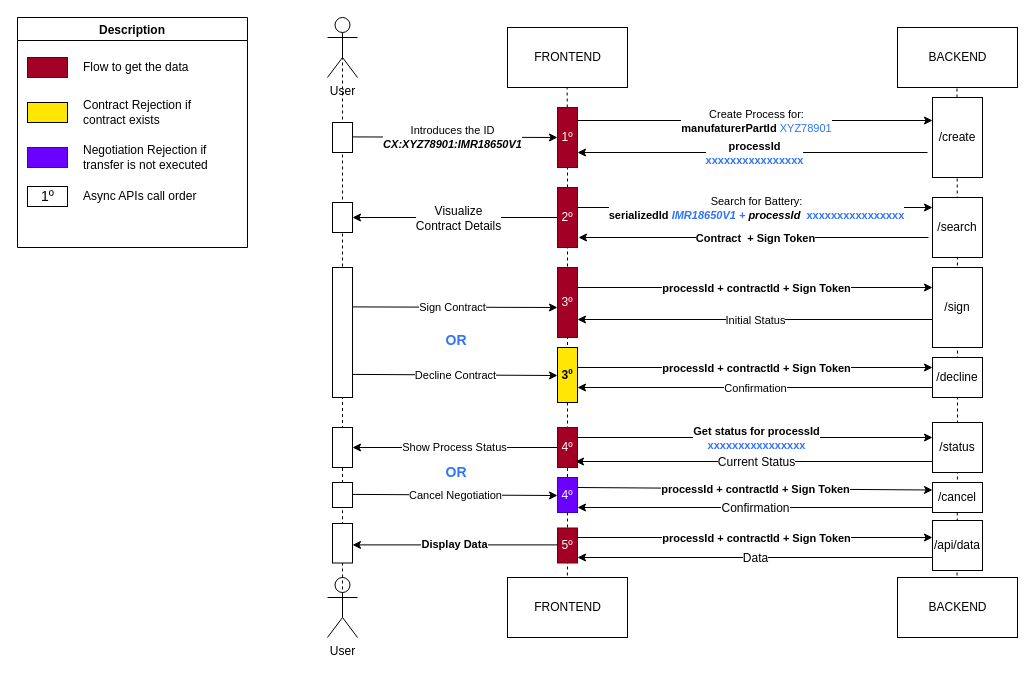
This is docs/arc42/media/diagrams/dataRetrievalResume.drawio.xml from eclipse-tractusx/digital-product-pass, a draw.io file, before an edit. Source tidied: cells renumbered, new cells numbered last; positions are measured from the earlier drawing's top-left corner, leaving out a move shared by most shapes. Both pictures are drawn from the tidied source at 100%, with x=0, y=0 at pixel (17, 17).
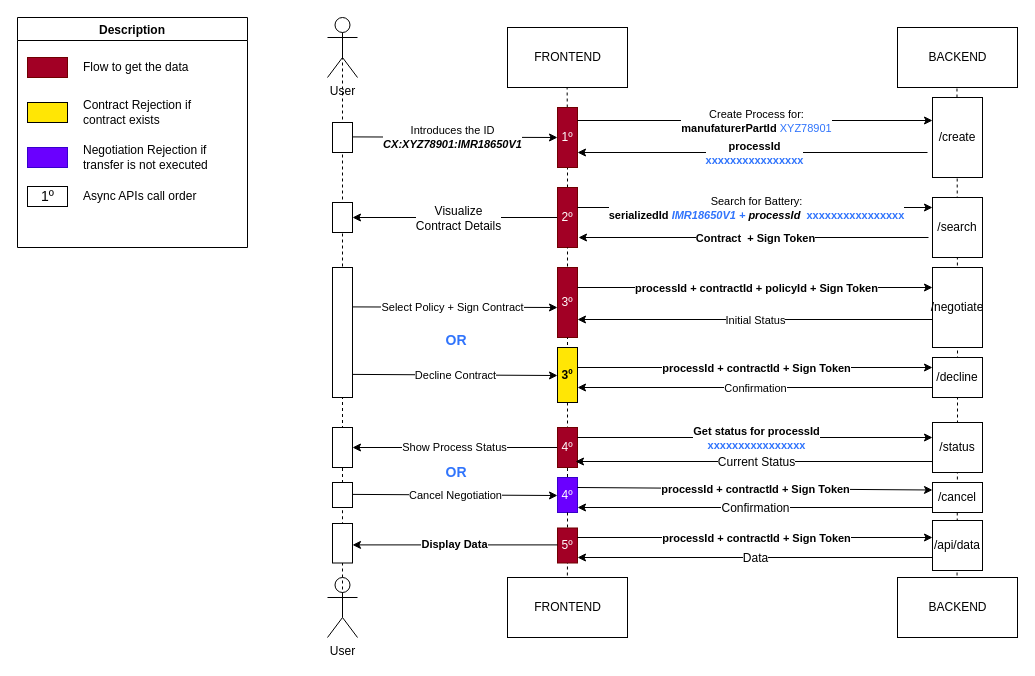
The same diagram, later.

The change refers to these unchanged cells:
```xml
<mxCell id="40" style="endArrow=classic;html=1;rounded=0;exitX=1;exitY=0.5;exitDx=0;exitDy=0;" parent="1" edge="1">
  <mxGeometry relative="1" as="geometry">
    <mxPoint x="560" y="270" as="sourcePoint" />
    <mxPoint x="915" y="270" as="targetPoint" />
  </mxGeometry>
</mxCell>
<mxCell id="54" style="endArrow=classic;html=1;rounded=0;entryX=0;entryY=0.5;entryDx=0;entryDy=0;" parent="1" edge="1">
  <mxGeometry relative="1" as="geometry">
    <mxPoint x="330" y="289.4" as="sourcePoint" />
    <mxPoint x="540" y="290" as="targetPoint" />
  </mxGeometry>
</mxCell>
```

What changed in the source:
```diff
@@
-    <mxCell id="21" value="/sign" style="rounded=0;whiteSpace=wrap;html=1;" parent="1" vertex="1">
+    <mxCell id="21" value="/negotiate" style="rounded=0;whiteSpace=wrap;html=1;" parent="1" vertex="1">
       <mxGeometry x="915" y="250" width="50" height="80" as="geometry" />
     </mxCell>
@@
-    <mxCell id="41" value="&lt;b&gt;processId + contractId + Sign Token&lt;/b&gt;" style="edgeLabel;html=1;align=center;verticalAlign=middle;" parent="40" vertex="1">
+    <mxCell id="41" value="&lt;b&gt;processId + contractId + policyId + Sign Token&lt;/b&gt;" style="edgeLabel;html=1;align=center;verticalAlign=middle;" parent="40" vertex="1">
       <mxGeometry relative="1" as="geometry" />
     </mxCell>
@@
-    <mxCell id="55" value="Sign Contract" style="edgeLabel;html=1;align=center;verticalAlign=middle;" parent="54" vertex="1">
+    <mxCell id="55" value="Select Policy + Sign Contract" style="edgeLabel;html=1;align=center;verticalAlign=middle;" parent="54" vertex="1">
       <mxGeometry relative="1" as="geometry" />
     </mxCell>
```
